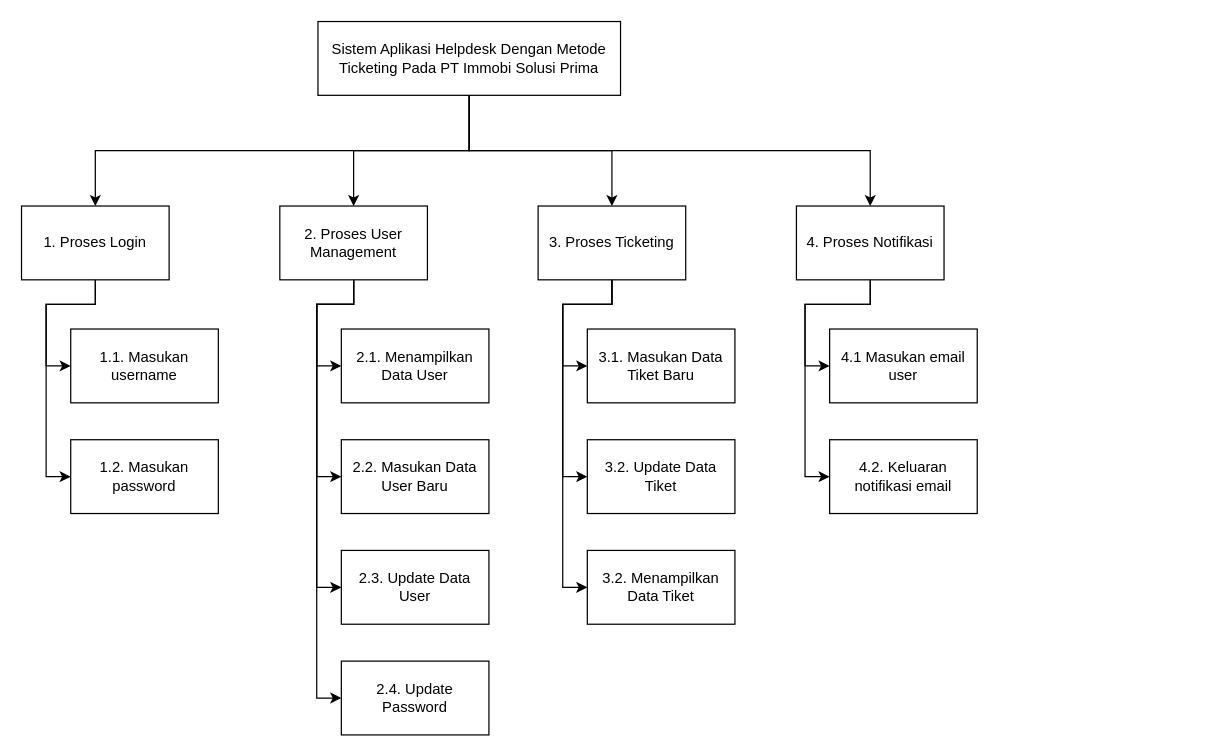
The draw.io diagram skripsi-dekomsistem.drawio in raflialkindhi/graph-save, before the edit. Source tidied: cells renumbered, new cells numbered last; positions are measured from the earlier drawing's top-left corner, leaving out a move shared by most shapes. Both pictures are drawn from the tidied source at 123%, with x=0, y=0 at pixel (21, 21).
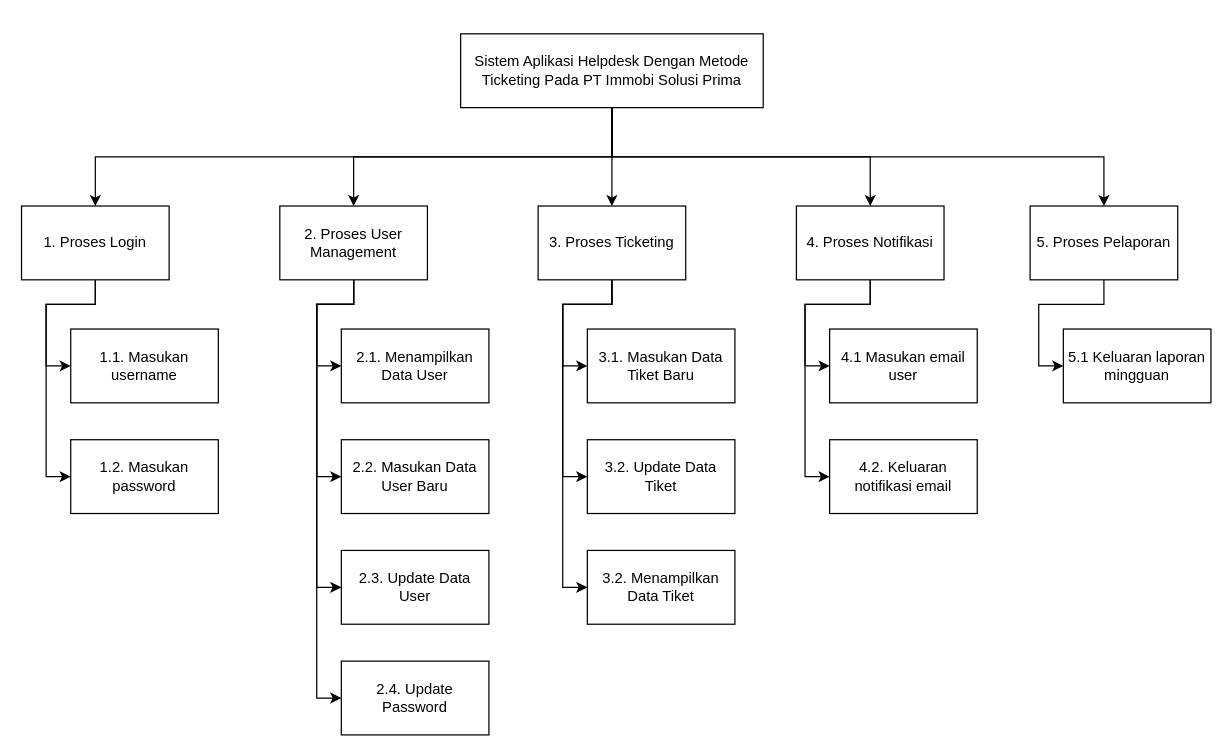
The same diagram, later.

Diff of the diagram source:
```diff
@@
+    <mxCell id="33" style="edgeStyle=orthogonalEdgeStyle;rounded=0;jettySize=auto;html=1;exitX=0.5;exitY=1;exitDx=0;exitDy=0;entryX=0.5;entryY=0;entryDx=0;entryDy=0;" parent="1" edge="1" source="6" target="35">
+      <mxGeometry relative="1" as="geometry" />
+    </mxCell>
     <mxCell id="6" value="Sistem Aplikasi Helpdesk Dengan Metode Ticketing Pada PT Immobi Solusi Prima" style="rounded=0;whiteSpace=wrap;html=1;" parent="1" vertex="1">
-      <mxGeometry x="241" width="246" height="60" as="geometry" />
+      <mxGeometry x="357" y="10" width="246" height="60" as="geometry" />
     </mxCell>
@@
+    <mxCell id="34" style="edgeStyle=orthogonalEdgeStyle;rounded=0;jettySize=auto;html=1;exitX=0.5;exitY=1;exitDx=0;exitDy=0;entryX=0;entryY=0.5;entryDx=0;entryDy=0;" parent="1" edge="1" source="35" target="36">
+      <mxGeometry relative="1" as="geometry" />
+    </mxCell>
+    <mxCell id="35" value="5. Proses Pelaporan" style="rounded=0;whiteSpace=wrap;html=1;" parent="1" vertex="1">
+      <mxGeometry x="820" y="150" width="120" height="60" as="geometry" />
+    </mxCell>
+    <mxCell id="36" value="5.1 Keluaran laporan mingguan" style="whiteSpace=wrap;html=1;rounded=0;" parent="1" vertex="1">
+      <mxGeometry x="847" y="250" width="120" height="60" as="geometry" />
+    </mxCell>
```
